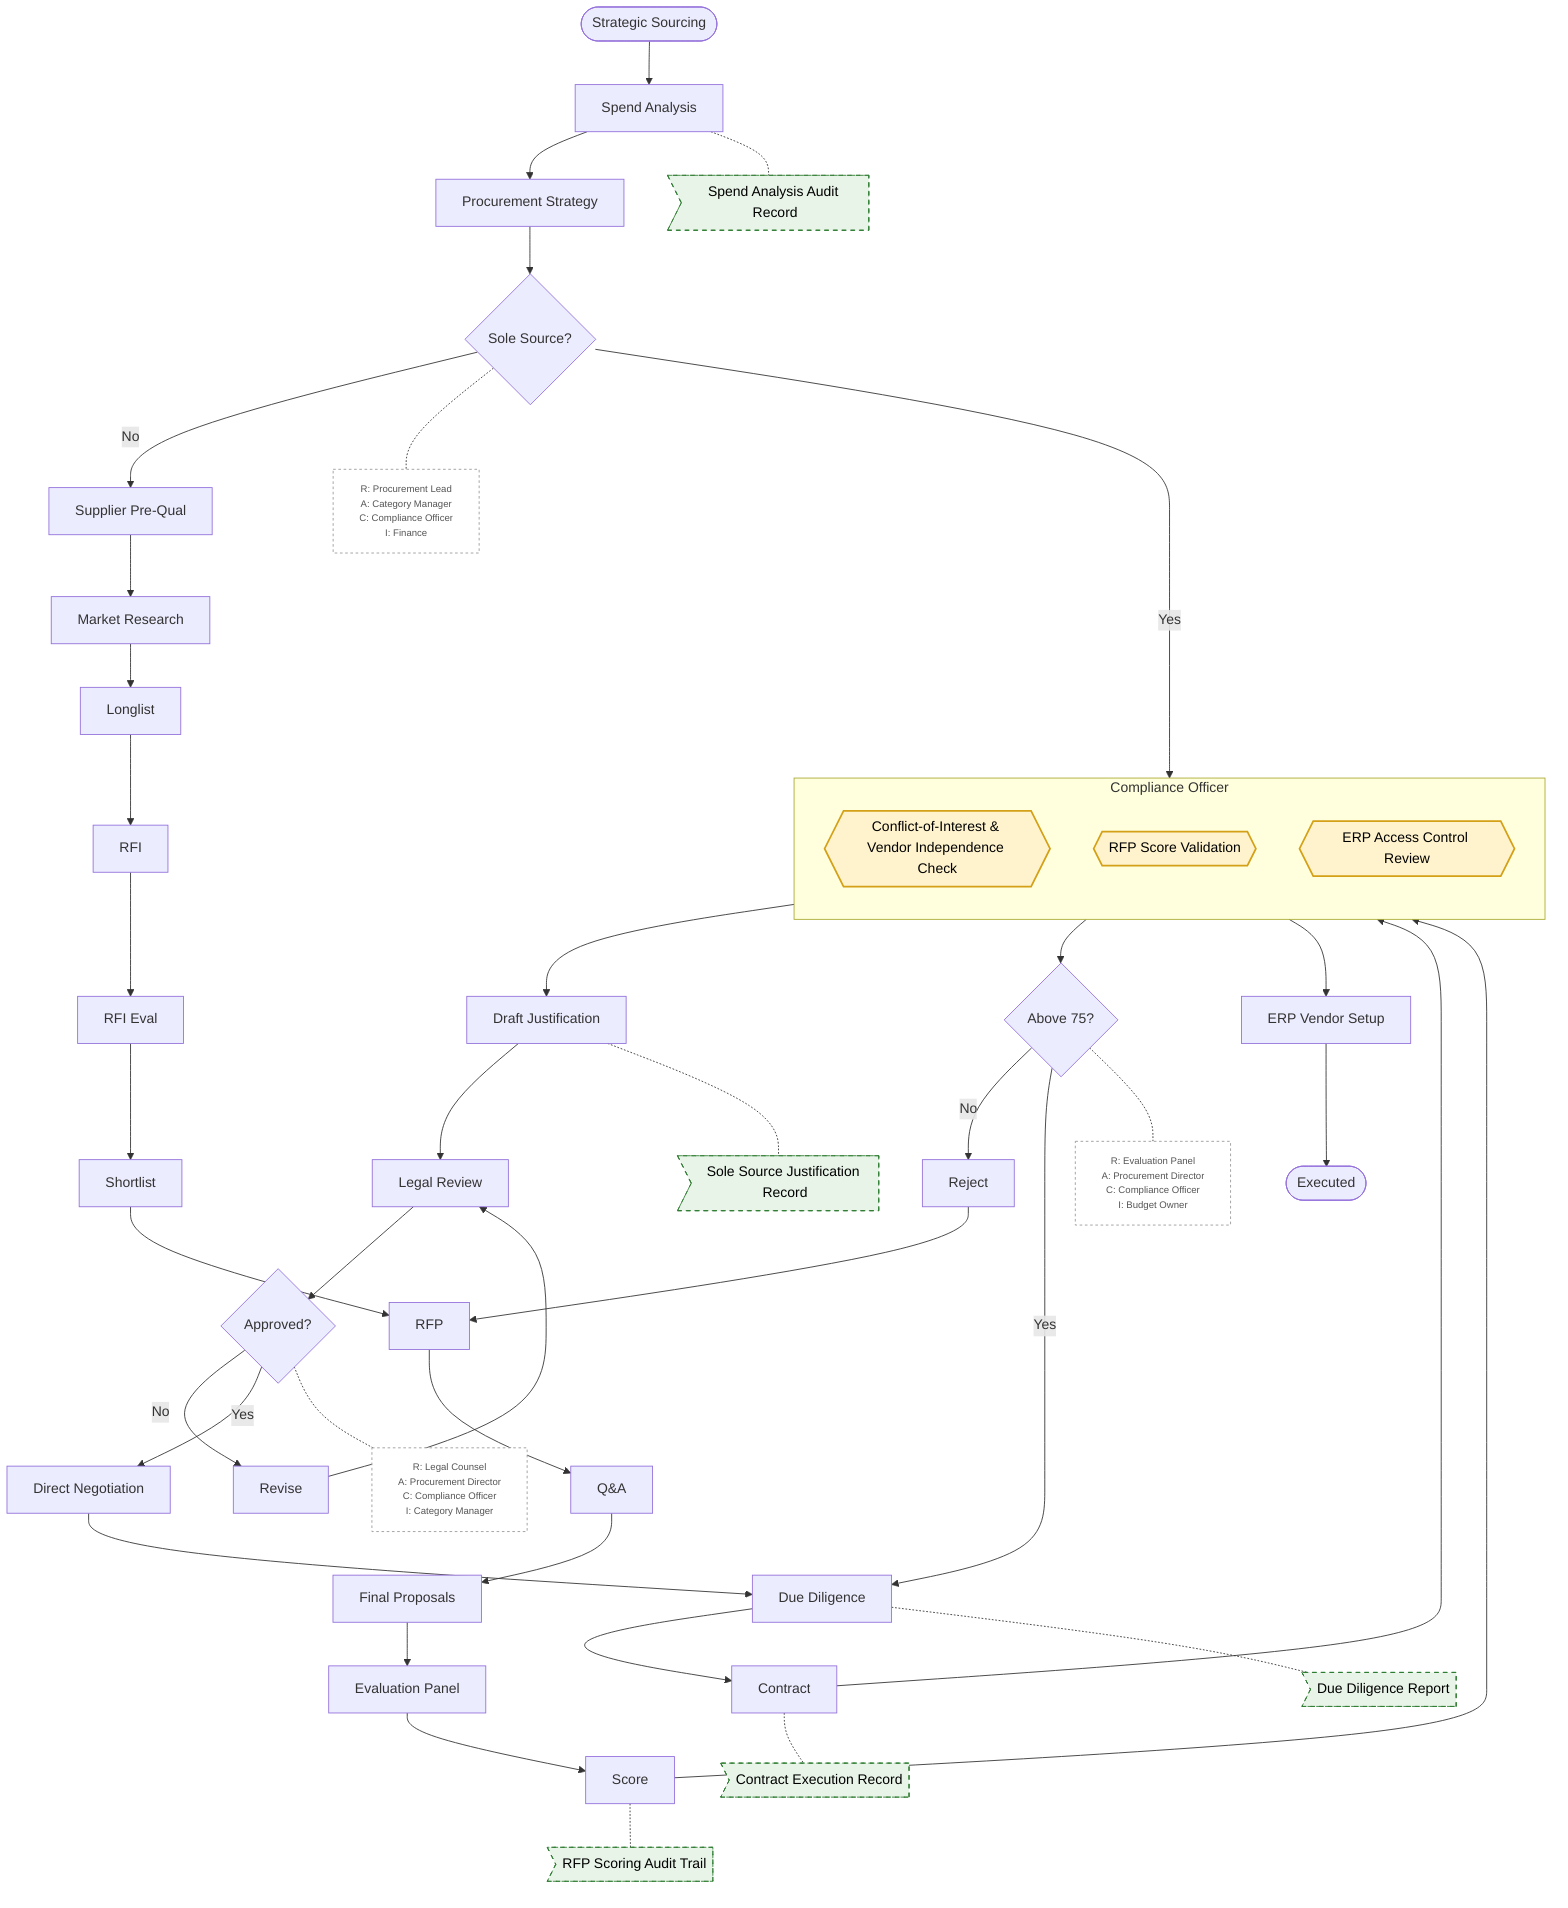
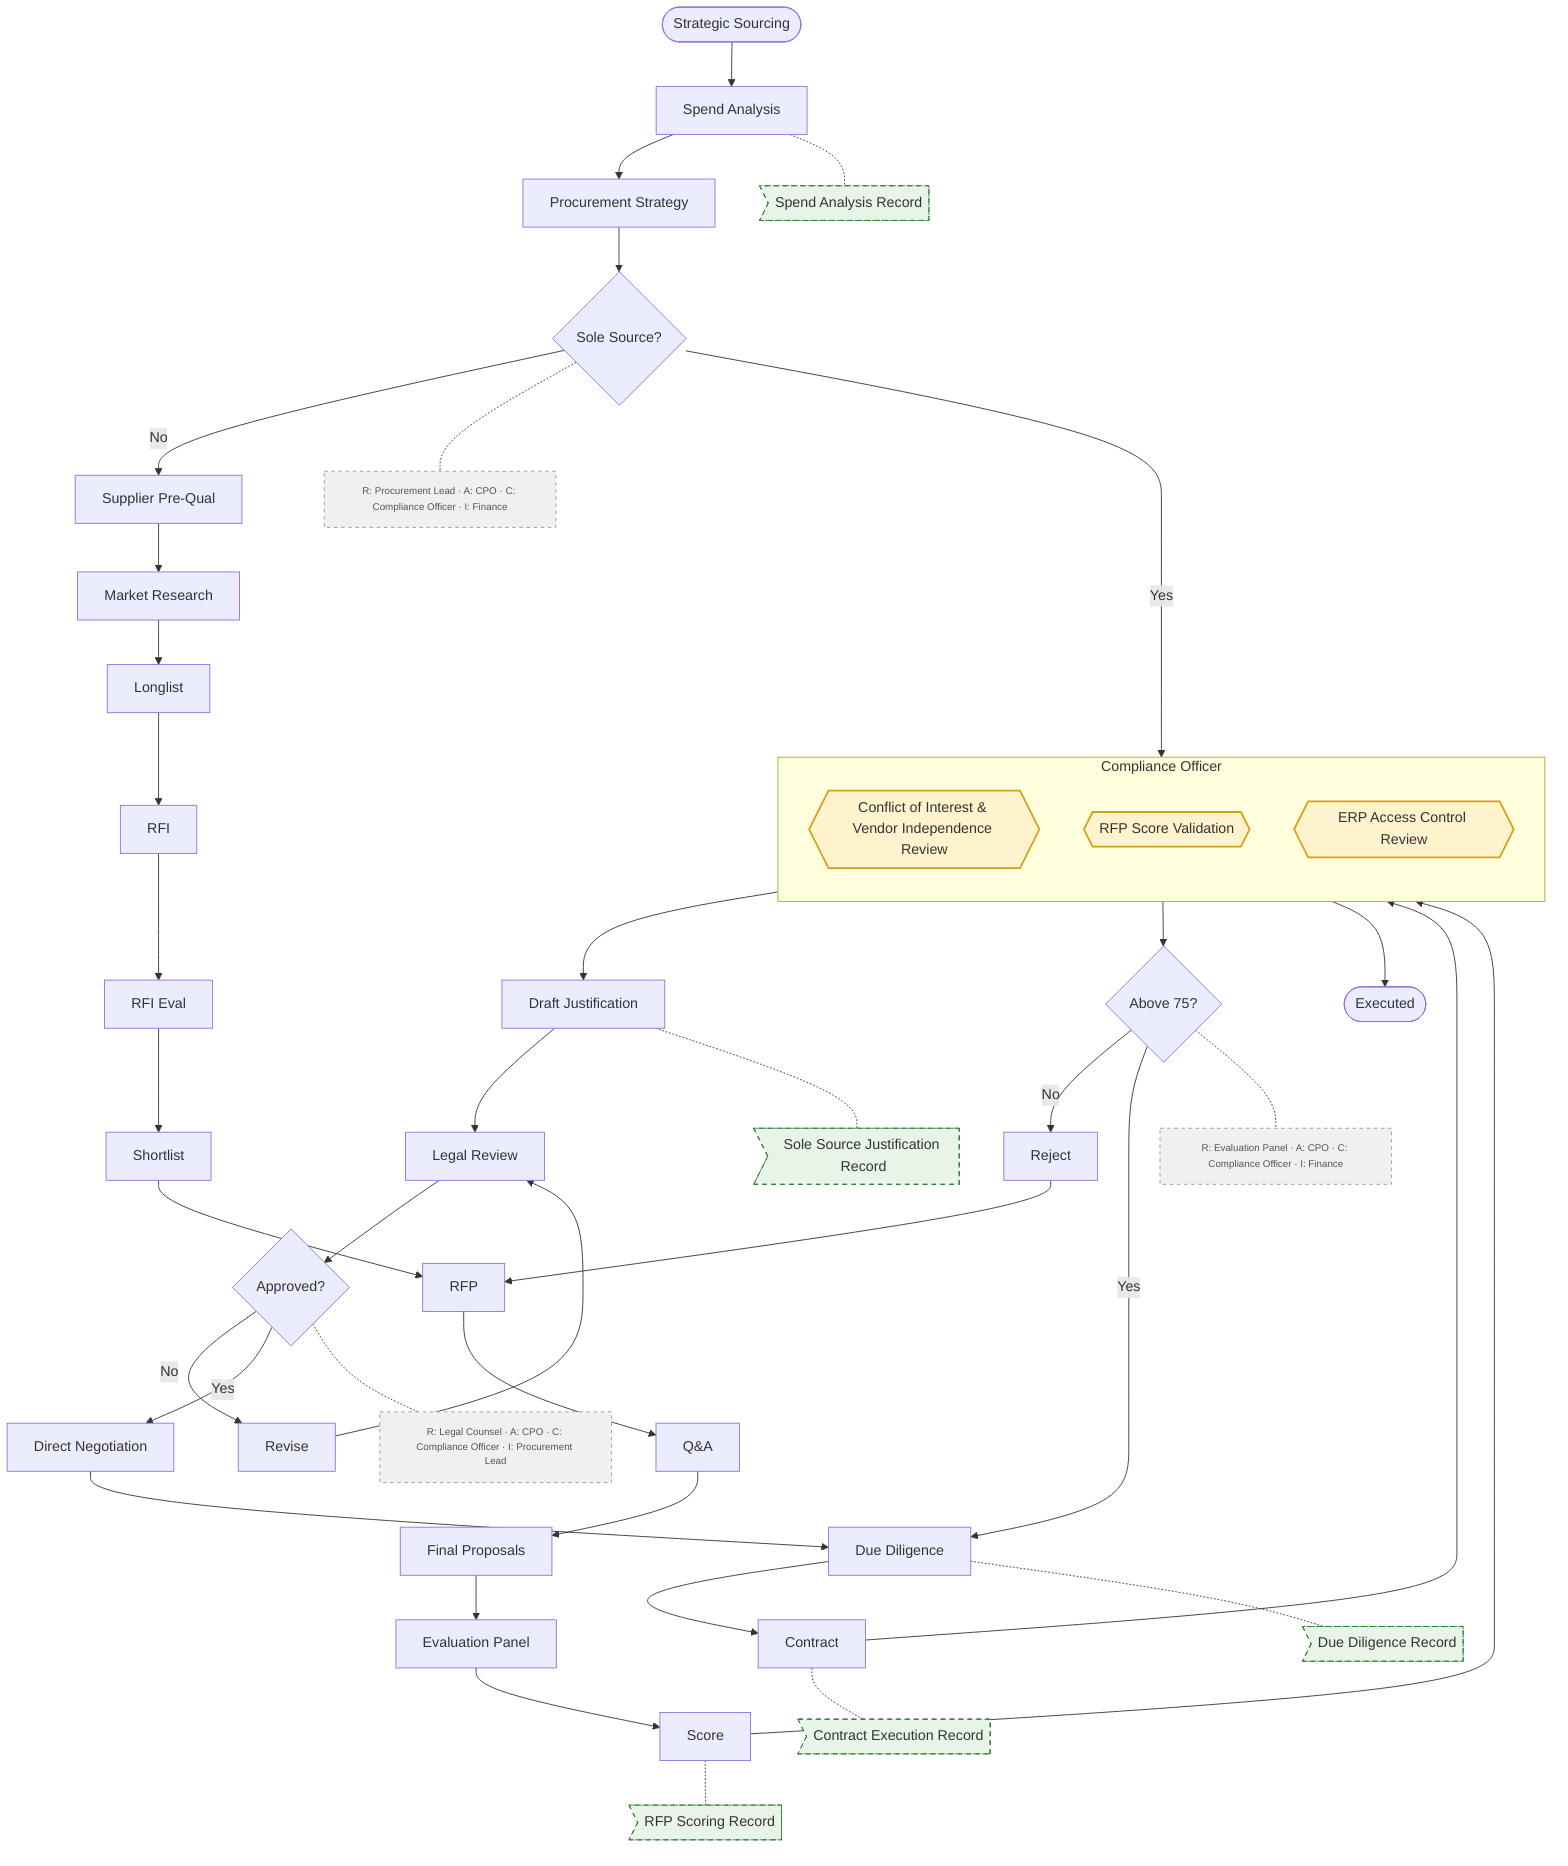
flowchart TD
-     %% ⚡ CHANGED SECTION — Style definitions
-     classDef checkpoint fill:#fff3cd,stroke:#d4a017,stroke-width:2px,color:#000
-     classDef dataobj fill:#e8f4e8,stroke:#2e7d32,stroke-width:1px,stroke-dasharray:5 5,color:#000
-     classDef annotation fill:#fff,stroke:#999,stroke-width:1px,stroke-dasharray:3 3,color:#555,font-size:11px
+     %% ⚡ CHANGED SECTION — Compliance Officer lane with three checkpoints
+     subgraph COMP["Compliance Officer"]
+         direction TB
+         CHK1{{"Conflict of Interest & Vendor Independence Review"}}
+         CHK2{{"RFP Score Validation"}}
+         CHK3{{"ERP Access Control Review"}}
+     end

    A([Strategic Sourcing]) --> B[Spend Analysis]
    B --> C[Procurement Strategy]
    C --> D{Sole Source?}

    %% ⚡ CHANGED SECTION — COI checkpoint before Sole Source justification is accepted
-     D --> |Yes| COI_CHK
-     COI_CHK --> E[Draft Justification]
+     D --> |Yes| CHK1
+     CHK1 --> E[Draft Justification]

    D --> |No| F[Supplier Pre-Qual]
    E --> G[Legal Review]
    G --> H{Approved?}
    H --> |No| I[Revise]
    I --> G
    H --> |Yes| J[Direct Negotiation]
    F --> K[Market Research]
    K --> L[Longlist]
    L --> M[RFI]
    M --> N[RFI Eval]
    N --> O[Shortlist]
    O --> P[RFP]
    P --> Q[Q&A]
    Q --> R[Final Proposals]
    R --> S[Evaluation Panel]
    S --> T[Score]

-     %% ⚡ CHANGED SECTION — Score validation checkpoint before threshold decision
-     T --> SCORE_CHK
-     SCORE_CHK --> U{Above 75?}
+     %% ⚡ CHANGED SECTION — Score validation checkpoint before threshold gate
+     T --> CHK2
+     CHK2 --> U{Above 75?}

    U --> |No| V[Reject]
    U --> |Yes| W[Due Diligence]
    J --> W
    V --> P
    W --> X[Contract]

-     %% ⚡ CHANGED SECTION — Access control review after contract, before ERP setup
-     X --> ERP_CHK
-     ERP_CHK --> ERP[ERP Vendor Setup]
-     ERP --> Y([Executed])
+     %% ⚡ CHANGED SECTION — ERP access control review after contract execution
+     X --> CHK3
+     CHK3 --> Y([Executed])

-     %% ⚡ CHANGED SECTION — Compliance Officer lane
-     subgraph COMP["Compliance Officer"]
-         direction TB
-         COI_CHK{{"Conflict-of-Interest & Vendor Independence Check"}}
-         SCORE_CHK{{"RFP Score Validation"}}
-         ERP_CHK{{"ERP Access Control Review"}}
-     end
+     %% ⚡ CHANGED SECTION — Documentation gates (data objects / audit artifacts)
+     DOC_B>"Spend Analysis Record"]
+     B -.- DOC_B

-     %% ⚡ CHANGED SECTION — Documentation gates (data objects / artifacts)
-     DOC_SPEND>"Spend Analysis Audit Record"]
-     DOC_SOLE>"Sole Source Justification Record"]
-     DOC_SCORE>"RFP Scoring Audit Trail"]
-     DOC_DD>"Due Diligence Report"]
-     DOC_CONTRACT>"Contract Execution Record"]
+     DOC_E>"Sole Source Justification Record"]
+     E -.- DOC_E

-     B -.- DOC_SPEND
-     E -.- DOC_SOLE
-     T -.- DOC_SCORE
-     W -.- DOC_DD
-     X -.- DOC_CONTRACT
+     DOC_T>"RFP Scoring Record"]
+     T -.- DOC_T
+ 
+     DOC_W>"Due Diligence Record"]
+     W -.- DOC_W
+ 
+     DOC_X>"Contract Execution Record"]
+     X -.- DOC_X

    %% ⚡ CHANGED SECTION — RACI annotations on major decision points
-     RACI_D["R: Procurement Lead
- A: Category Manager
- C: Compliance Officer
- I: Finance"]
-     RACI_H["R: Legal Counsel
- A: Procurement Director
- C: Compliance Officer
- I: Category Manager"]
-     RACI_U["R: Evaluation Panel
- A: Procurement Director
- C: Compliance Officer
- I: Budget Owner"]
+     RACI_D["R: Procurement Lead · A: CPO · C: Compliance Officer · I: Finance"]
+     D -.- RACI_D

-     D -.- RACI_D
+     RACI_H["R: Legal Counsel · A: CPO · C: Compliance Officer · I: Procurement Lead"]
    H -.- RACI_H
+ 
+     RACI_U["R: Evaluation Panel · A: CPO · C: Compliance Officer · I: Finance"]
    U -.- RACI_U

-     %% ⚡ CHANGED SECTION — Apply styles
-     class COI_CHK,SCORE_CHK,ERP_CHK checkpoint
-     class DOC_SPEND,DOC_SOLE,DOC_SCORE,DOC_DD,DOC_CONTRACT dataobj
+     %% ⚡ CHANGED SECTION — Styling
+     classDef checkpoint fill:#fff3cd,stroke:#d4a017,stroke-width:2px,color:#333
+     classDef dataobj fill:#e8f4e8,stroke:#2e7d32,stroke-width:1px,stroke-dasharray:5 5,color:#333
+     classDef annotation fill:#f0f0f0,stroke:#999,stroke-width:1px,stroke-dasharray:4 4,color:#555,font-size:11px
+ 
+     class CHK1,CHK2,CHK3 checkpoint
+     class DOC_B,DOC_E,DOC_T,DOC_W,DOC_X dataobj
    class RACI_D,RACI_H,RACI_U annotation

%% EXPLANATION:
- %% Added a Compliance Officer subgraph containing three hexagonal checkpoints: a Conflict-of-Interest & Vendor Independence Check inserted between the Sole Source decision and Draft Justification, an RFP Score Validation inserted between Score and the Above 75 threshold decision, and an ERP Access Control Review inserted between Contract execution and a new ERP Vendor Setup step before the Executed end event. Five documentation artifacts (flag-shaped data objects) were attached via dotted association lines to Spend Analysis, Draft Justification, Score, Due Diligence, and Contract execution to create an end-to-end audit trail. RACI annotation nodes were attached to all three major decision gateways (Sole Source, Approved, Above 75) with responsibility assignments. All original paths—sole source, competitive RFP, and reject-resubmit loop—remain intact and unchanged.+ %% Added a Compliance Officer subgraph containing three governance checkpoints: (1) a Conflict of Interest & Vendor Independence Review inserted between the Sole Source decision and Draft Justification, (2) an RFP Score Validation inserted between Score and the Above 75 threshold gate, and (3) an ERP Access Control Review inserted between Contract execution and the Executed end event. Five documentation artifacts (Spend Analysis Record, Sole Source Justification Record, RFP Scoring Record, Due Diligence Record, Contract Execution Record) are attached as data objects via dotted association lines to their respective tasks, keeping them out of the main sequence flow. RACI annotations are attached via dotted lines to the three major decision gateways (Sole Source, Approved, Above 75). All original paths—sole source, competitive RFP, and reject-resubmit loop—remain intact with no removed or rerouted edges.